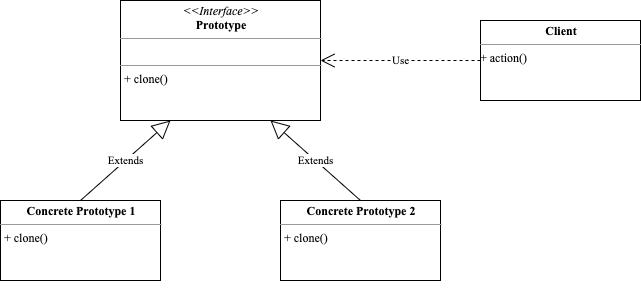
Before: src/design-pattern/images/prototype.png, a diagram exported from draw.io (Hexiaopi/hexiaopi.github.io). Source tidied: cells renumbered, new cells last; positions are measured from the earlier drawing's top-left corner, leaving out a move shared by most shapes.
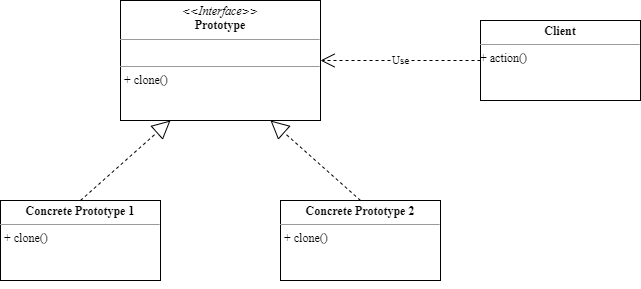
The same diagram one commit later.

Commit message:
fix(design-pattern): 修改原型模式

Diff of the diagram source:
```diff
@@ -20,10 +20,10 @@
     <mxCell id="7" value="&lt;p style=&quot;margin: 0px ; margin-top: 4px ; text-align: center&quot;&gt;&lt;b&gt;Concrete Prototype 2&lt;/b&gt;&lt;/p&gt;&lt;hr size=&quot;1&quot;&gt;&lt;p style=&quot;margin: 0px ; margin-left: 4px&quot;&gt;+ clone()&lt;/p&gt;" style="verticalAlign=top;align=left;overflow=fill;fontSize=12;fontFamily=Times New Roman;html=1;" parent="1" vertex="1">
       <mxGeometry x="280" y="200" width="160" height="80" as="geometry" />
     </mxCell>
-    <mxCell id="8" value="Extends" style="endArrow=block;endSize=16;endFill=0;html=1;fontFamily=Times New Roman;exitX=0.5;exitY=0;exitDx=0;exitDy=0;entryX=0.25;entryY=1;entryDx=0;entryDy=0;" parent="1" edge="1" source="3" target="2">
+    <mxCell id="8" style="endArrow=block;endSize=16;endFill=0;html=1;fontFamily=Times New Roman;exitX=0.5;exitY=0;exitDx=0;exitDy=0;entryX=0.25;entryY=1;entryDx=0;entryDy=0;dashed=1;" parent="1" edge="1" source="3" target="2">
       <mxGeometry relative="1" as="geometry" />
     </mxCell>
-    <mxCell id="9" value="Extends" style="endArrow=block;endSize=16;endFill=0;html=1;fontFamily=Times New Roman;exitX=0.5;exitY=0;exitDx=0;exitDy=0;entryX=0.75;entryY=1;entryDx=0;entryDy=0;" parent="1" edge="1" source="7" target="2">
+    <mxCell id="9" style="endArrow=block;endSize=16;endFill=0;html=1;fontFamily=Times New Roman;exitX=0.5;exitY=0;exitDx=0;exitDy=0;entryX=0.75;entryY=1;entryDx=0;entryDy=0;dashed=1;" parent="1" edge="1" source="7" target="2">
       <mxGeometry relative="1" as="geometry" />
     </mxCell>
     <mxCell id="10" value="&lt;p style=&quot;margin: 0px ; margin-top: 4px ; text-align: center&quot;&gt;&lt;b&gt;Client&lt;/b&gt;&lt;/p&gt;&lt;hr size=&quot;1&quot;&gt;&lt;div style=&quot;height: 2px&quot;&gt;+ action()&lt;/div&gt;" style="verticalAlign=top;align=left;overflow=fill;fontSize=12;fontFamily=Times New Roman;html=1;" parent="1" vertex="1">
```
